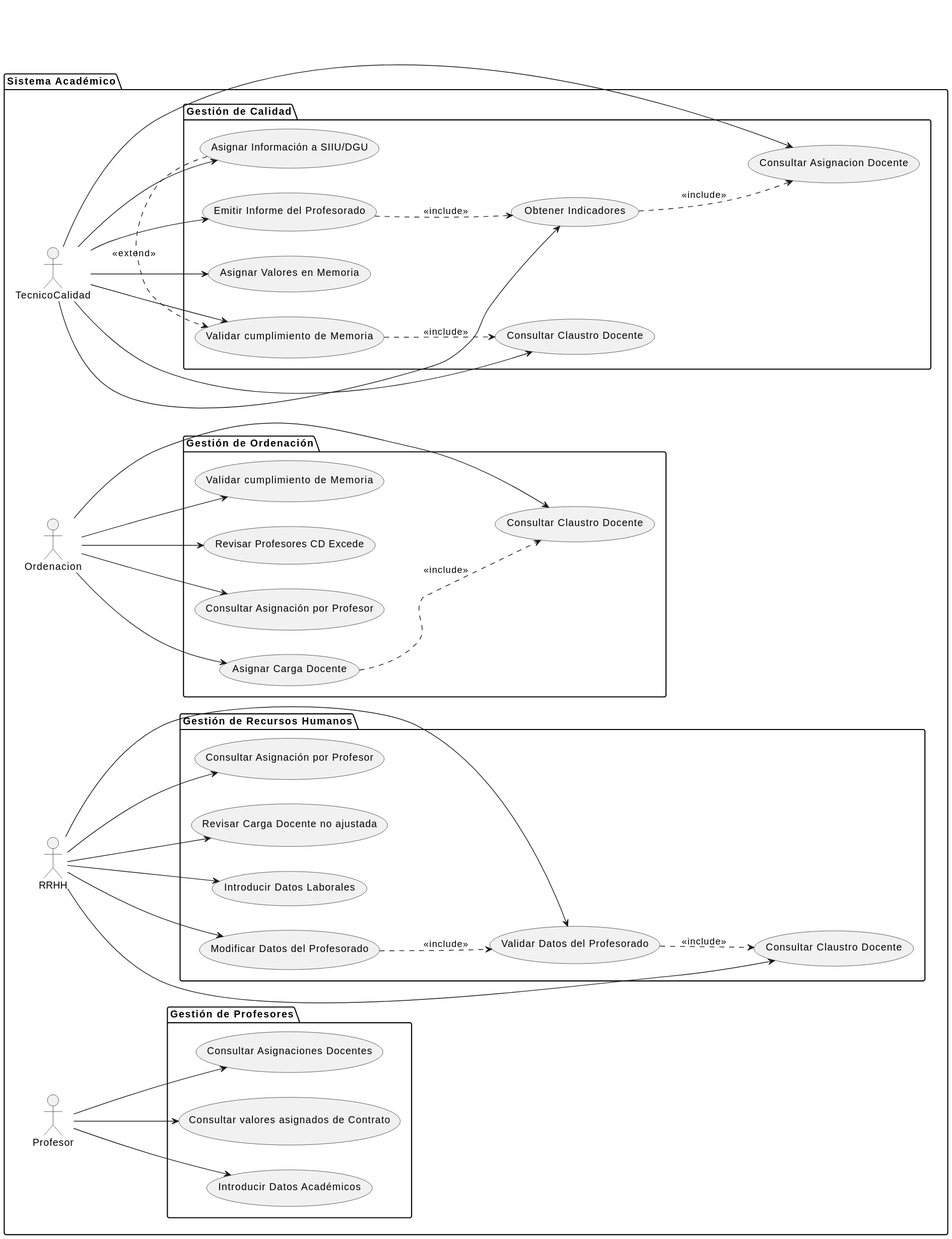
This is images/modelosUML/CdU/EstructurarCasosDeUso/Sistema.svg from mmasias/24-25-IdSw1-SDR, a PlantUML export, as it was before one commit. Its diagram source:
```plantuml
@startuml
left to right direction

package "Sistema Académico" {
    package "Gestión de Profesores" {
        usecase "Introducir Datos Académicos" as IntroducirExperiencia
        usecase "Consultar valores asignados de Contrato" as ConsultarValores
        usecase "Consultar Asignaciones Docentes" as ConsultarAsignaciones
    }

    package "Gestión de Recursos Humanos" {
        usecase "Validar Datos del Profesorado" as ValidarDatosRRHH
        usecase "Modificar Datos del Profesorado" as ModificarDatosRRHH
        usecase "Introducir Datos Laborales" as IntroducirContrato
        usecase "Revisar Carga Docente no ajustada" as RevisarCargaRRHH
        usecase "Consultar Claustro Docente" as ConsultarClaustroRRHH
        usecase "Consultar Asignación por Profesor" as ConsultarAsignacionRRHH
    }

    package "Gestión de Ordenación" {
        usecase "Asignar Carga Docente" as AsignarCargaOrdenacion
        usecase "Consultar Claustro Docente" as ConsultarClaustroOrdenacion
        usecase "Consultar Asignación por Profesor" as ConsultarAsignacionOrdenacion
        usecase "Revisar Profesores CD Excede" as RevisarCargaOrdenacion
        usecase "Validar cumplimiento de Memoria" as RevisarMemoria
    }

    package "Gestión de Calidad" {
        usecase "Consultar Claustro Docente" as ConsultarClaustroCalidad
        usecase "Consultar Asignacion Docente" as ConsultarAsignacionCalidad
        usecase "Asignar Valores en Memoria" as AsignarValoresMemoria
        usecase "Asignar Información a SIIU/DGU" as AsignarInformacion
        usecase "Validar cumplimiento de Memoria" as ValidarMemoria
        usecase "Obtener Indicadores" as ObtenerIndicadores
        usecase "Emitir Informe del Profesorado" as EmitirInforme
    }

    actor Profesor
    actor RRHH as RecursosHumanos
    actor Ordenacion
    actor TecnicoCalidad as Tecnico

    Profesor --> IntroducirExperiencia
    Profesor --> ConsultarValores
    Profesor --> ConsultarAsignaciones

    RecursosHumanos --> ValidarDatosRRHH
    RecursosHumanos --> ModificarDatosRRHH
    RecursosHumanos --> IntroducirContrato
    RecursosHumanos --> RevisarCargaRRHH
    RecursosHumanos --> ConsultarClaustroRRHH
    RecursosHumanos --> ConsultarAsignacionRRHH

    Ordenacion --> AsignarCargaOrdenacion
    Ordenacion --> ConsultarClaustroOrdenacion
    Ordenacion --> ConsultarAsignacionOrdenacion
    Ordenacion --> RevisarCargaOrdenacion
    Ordenacion --> RevisarMemoria

    Tecnico --> AsignarValoresMemoria
    Tecnico --> AsignarInformacion
    Tecnico --> ValidarMemoria
    Tecnico --> ObtenerIndicadores
    Tecnico --> EmitirInforme
    Tecnico --> ConsultarClaustroCalidad
    Tecnico --> ConsultarAsignacionCalidad

    ValidarDatosRRHH ..> ConsultarClaustroRRHH : <<include>>
    ModificarDatosRRHH ..> ValidarDatosRRHH : <<include>>

    AsignarCargaOrdenacion ..> ConsultarClaustroOrdenacion : <<include>>

    ValidarMemoria ..> ConsultarClaustroCalidad : <<include>>
    EmitirInforme ..> ObtenerIndicadores : <<include>>
    ObtenerIndicadores ..> ConsultarAsignacionCalidad : <<include>>

    AsignarInformacion .> ValidarMemoria : <<extend>>
}
@enduml
```
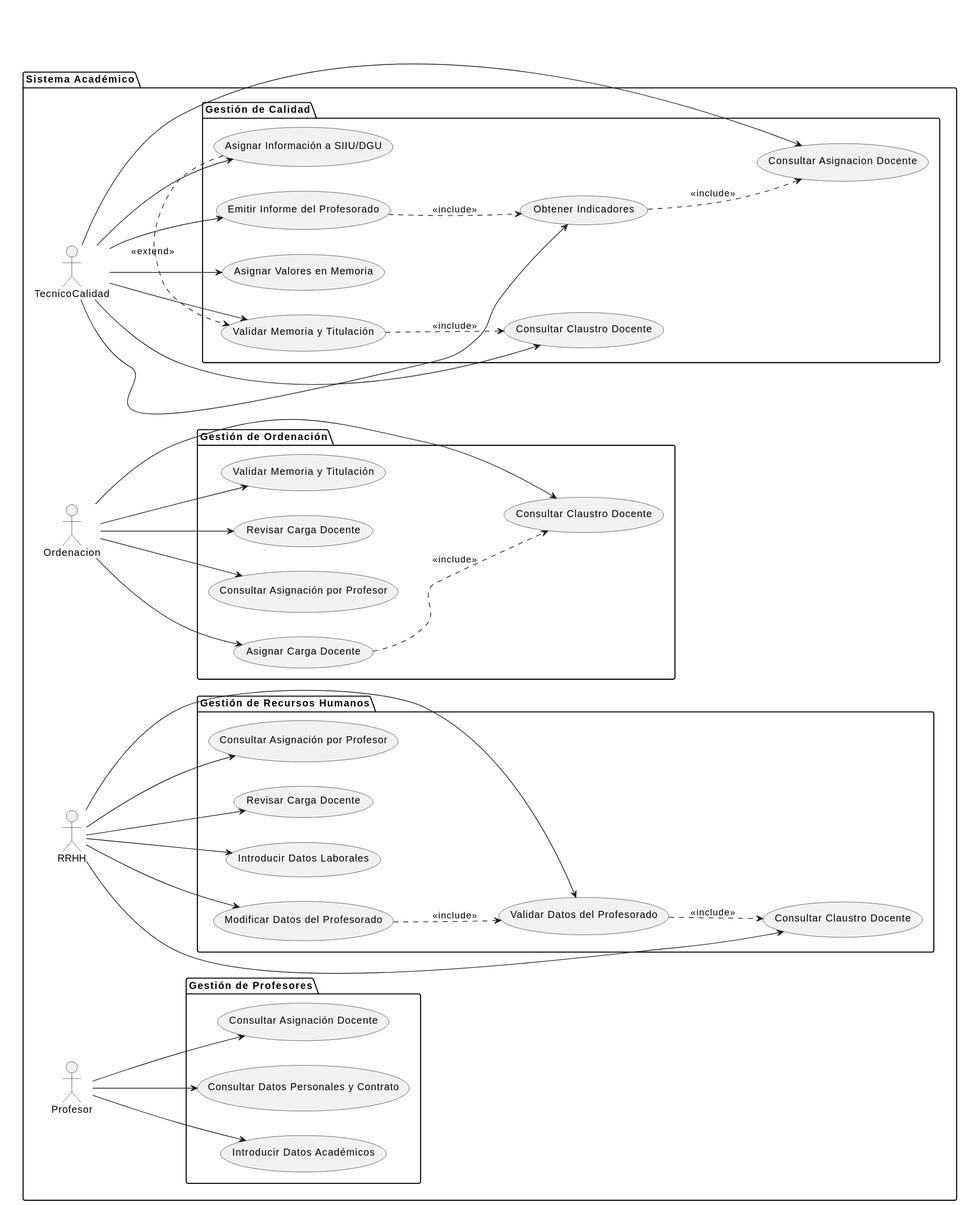
The same file after the commit.

Diff of the diagram source:
```diff
@@ -4,15 +4,15 @@
 package "Sistema Académico" {
     package "Gestión de Profesores" {
         usecase "Introducir Datos Académicos" as IntroducirExperiencia
-        usecase "Consultar valores asignados de Contrato" as ConsultarValores
-        usecase "Consultar Asignaciones Docentes" as ConsultarAsignaciones
+        usecase "Consultar Datos Personales y Contrato" as ConsultarDatosPersonales
+        usecase "Consultar Asignación Docente" as ConsultarAsignaciones
     }
 
     package "Gestión de Recursos Humanos" {
         usecase "Validar Datos del Profesorado" as ValidarDatosRRHH
         usecase "Modificar Datos del Profesorado" as ModificarDatosRRHH
         usecase "Introducir Datos Laborales" as IntroducirContrato
-        usecase "Revisar Carga Docente no ajustada" as RevisarCargaRRHH
+        usecase "Revisar Carga Docente" as RevisarCargaRRHH
         usecase "Consultar Claustro Docente" as ConsultarClaustroRRHH
         usecase "Consultar Asignación por Profesor" as ConsultarAsignacionRRHH
     }
@@ -21,8 +21,8 @@
         usecase "Asignar Carga Docente" as AsignarCargaOrdenacion
         usecase "Consultar Claustro Docente" as ConsultarClaustroOrdenacion
         usecase "Consultar Asignación por Profesor" as ConsultarAsignacionOrdenacion
-        usecase "Revisar Profesores CD Excede" as RevisarCargaOrdenacion
-        usecase "Validar cumplimiento de Memoria" as RevisarMemoria
+        usecase "Revisar Carga Docente" as RevisarCargaOrdenacion
+        usecase "Validar Memoria y Titulación" as RevisarMemoria
     }
 
     package "Gestión de Calidad" {
@@ -30,7 +30,7 @@
         usecase "Consultar Asignacion Docente" as ConsultarAsignacionCalidad
         usecase "Asignar Valores en Memoria" as AsignarValoresMemoria
         usecase "Asignar Información a SIIU/DGU" as AsignarInformacion
-        usecase "Validar cumplimiento de Memoria" as ValidarMemoria
+        usecase "Validar Memoria y Titulación" as ValidarMemoria
         usecase "Obtener Indicadores" as ObtenerIndicadores
         usecase "Emitir Informe del Profesorado" as EmitirInforme
     }
@@ -41,7 +41,7 @@
     actor TecnicoCalidad as Tecnico
 
     Profesor --> IntroducirExperiencia
-    Profesor --> ConsultarValores
+    Profesor --> ConsultarDatosPersonales
     Profesor --> ConsultarAsignaciones
 
     RecursosHumanos --> ValidarDatosRRHH
```
